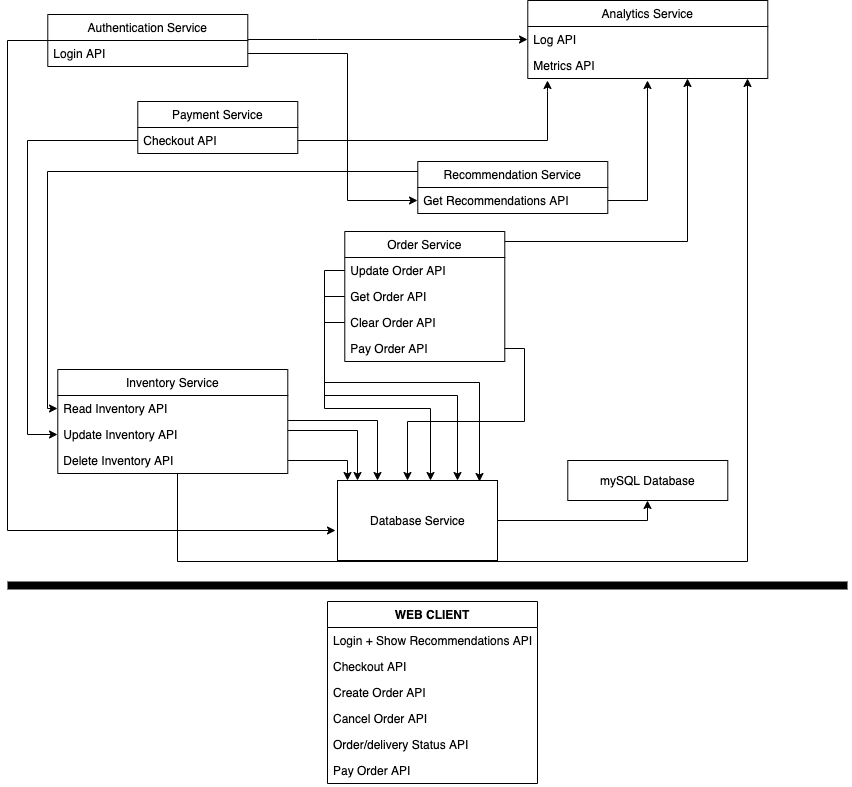
This is examples/odfe-pipes-trace-app/HighLevelDiagram.png from opensearch-project/data-prepper, a draw.io export, as it was before one commit. Source tidied: cells renumbered, new cells last; positions are measured from the earlier drawing's top-left corner, leaving out a move shared by most shapes.
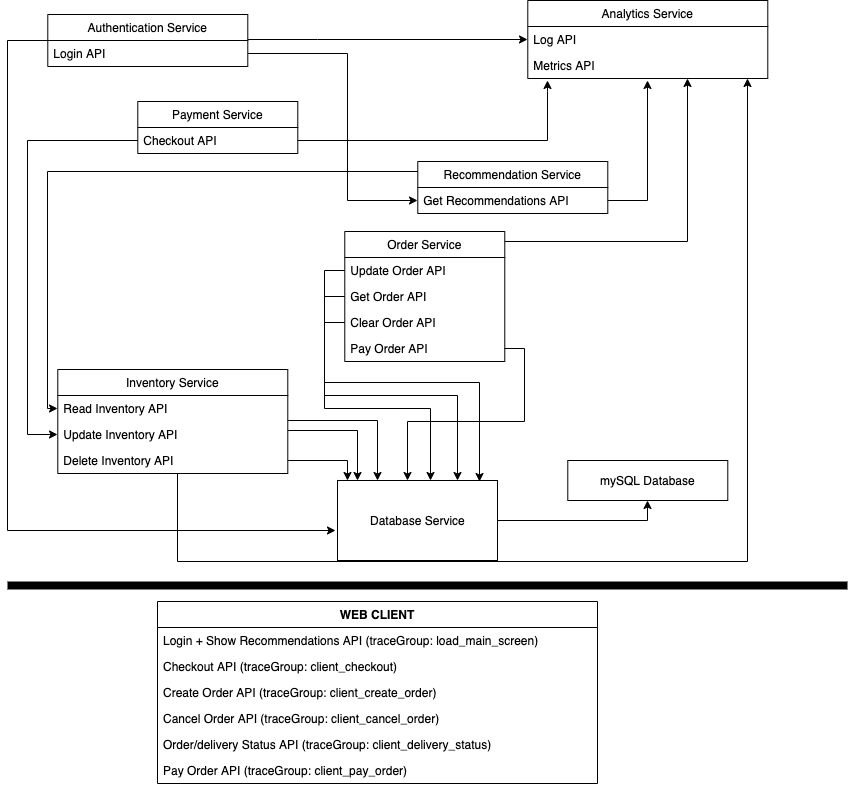
Later version of the same file.

Commit message:
ADD: trace Group in client block

Change to the diagram source:
```diff
@@ -145,25 +145,25 @@
       <mxGeometry y="104" width="160" height="26" as="geometry" />
     </mxCell>
     <mxCell id="33" value="WEB CLIENT" style="swimlane;fontStyle=1;horizontal=1;startSize=26;fillColor=none;" parent="1" vertex="1">
-      <mxGeometry x="320" y="601" width="210" height="182" as="geometry" />
+      <mxGeometry x="150" y="601" width="440" height="182" as="geometry" />
     </mxCell>
-    <mxCell id="34" value="Login + Show Recommendations API" style="text;strokeColor=none;fillColor=none;align=left;verticalAlign=top;spacingLeft=4;spacingRight=4;overflow=hidden;" parent="33" vertex="1">
-      <mxGeometry y="26" width="210" height="26" as="geometry" />
+    <mxCell id="34" value="Login + Show Recommendations API (traceGroup: load_main_screen)" style="text;strokeColor=none;fillColor=none;align=left;verticalAlign=top;spacingLeft=4;spacingRight=4;overflow=hidden;" parent="33" vertex="1">
+      <mxGeometry y="26" width="440" height="26" as="geometry" />
     </mxCell>
-    <mxCell id="35" value="Checkout API" style="text;strokeColor=none;fillColor=none;align=left;verticalAlign=top;spacingLeft=4;spacingRight=4;overflow=hidden;" parent="33" vertex="1">
-      <mxGeometry y="52" width="210" height="26" as="geometry" />
+    <mxCell id="35" value="Checkout API (traceGroup: client_checkout)" style="text;strokeColor=none;fillColor=none;align=left;verticalAlign=top;spacingLeft=4;spacingRight=4;overflow=hidden;" parent="33" vertex="1">
+      <mxGeometry y="52" width="440" height="26" as="geometry" />
     </mxCell>
-    <mxCell id="36" value="Create Order API" style="text;strokeColor=none;fillColor=none;align=left;verticalAlign=top;spacingLeft=4;spacingRight=4;overflow=hidden;" parent="33" vertex="1">
-      <mxGeometry y="78" width="210" height="26" as="geometry" />
+    <mxCell id="36" value="Create Order API (traceGroup: client_create_order)" style="text;strokeColor=none;fillColor=none;align=left;verticalAlign=top;spacingLeft=4;spacingRight=4;overflow=hidden;" parent="33" vertex="1">
+      <mxGeometry y="78" width="440" height="26" as="geometry" />
     </mxCell>
-    <mxCell id="37" value="Cancel Order API" style="text;strokeColor=none;fillColor=none;align=left;verticalAlign=top;spacingLeft=4;spacingRight=4;overflow=hidden;" parent="33" vertex="1">
-      <mxGeometry y="104" width="210" height="26" as="geometry" />
+    <mxCell id="37" value="Cancel Order API (traceGroup: client_cancel_order)" style="text;strokeColor=none;fillColor=none;align=left;verticalAlign=top;spacingLeft=4;spacingRight=4;overflow=hidden;" parent="33" vertex="1">
+      <mxGeometry y="104" width="440" height="26" as="geometry" />
     </mxCell>
-    <mxCell id="38" value="Order/delivery Status API" style="text;strokeColor=none;fillColor=none;align=left;verticalAlign=top;spacingLeft=4;spacingRight=4;overflow=hidden;" parent="33" vertex="1">
-      <mxGeometry y="130" width="210" height="26" as="geometry" />
+    <mxCell id="38" value="Order/delivery Status API (traceGroup: client_delivery_status)" style="text;strokeColor=none;fillColor=none;align=left;verticalAlign=top;spacingLeft=4;spacingRight=4;overflow=hidden;" parent="33" vertex="1">
+      <mxGeometry y="130" width="440" height="26" as="geometry" />
     </mxCell>
-    <mxCell id="39" value="Pay Order API" style="text;strokeColor=none;fillColor=none;align=left;verticalAlign=top;spacingLeft=4;spacingRight=4;overflow=hidden;" parent="33" vertex="1">
-      <mxGeometry y="156" width="210" height="26" as="geometry" />
+    <mxCell id="39" value="Pay Order API (traceGroup: client_pay_order)" style="text;strokeColor=none;fillColor=none;align=left;verticalAlign=top;spacingLeft=4;spacingRight=4;overflow=hidden;" parent="33" vertex="1">
+      <mxGeometry y="156" width="440" height="26" as="geometry" />
     </mxCell>
     <mxCell id="40" style="line;strokeWidth=8;fillColor=none;align=left;verticalAlign=middle;spacingTop=-1;spacingLeft=3;spacingRight=3;labelPosition=right;" parent="1" vertex="1">
       <mxGeometry y="581" width="840" height="8" as="geometry" />
```
